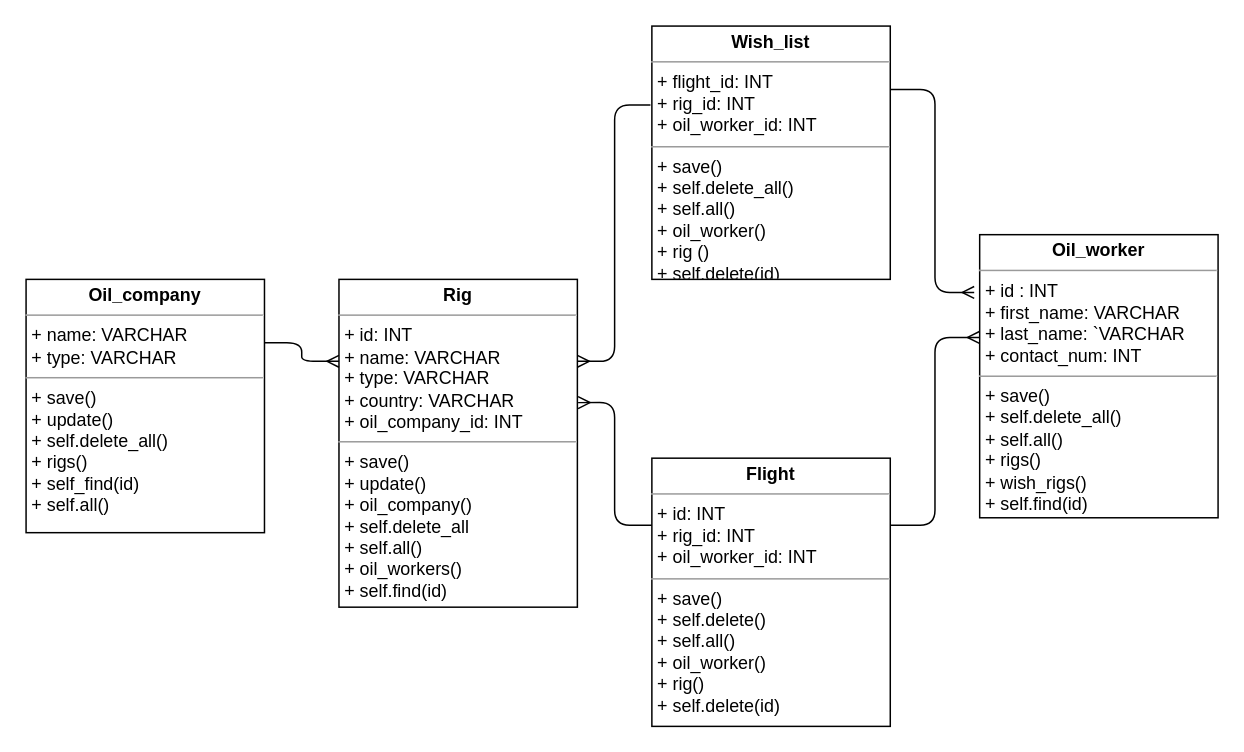
Above: objet_diagram.drawio in rhughes490/Project_RigList (draw.io), before the change. Source tidied: cells renumbered, new cells numbered last; positions are measured from the earlier drawing's top-left corner, leaving out a move shared by most shapes. Both pictures are drawn from the tidied source at 149%, with x=0, y=0 at pixel (25, 25).
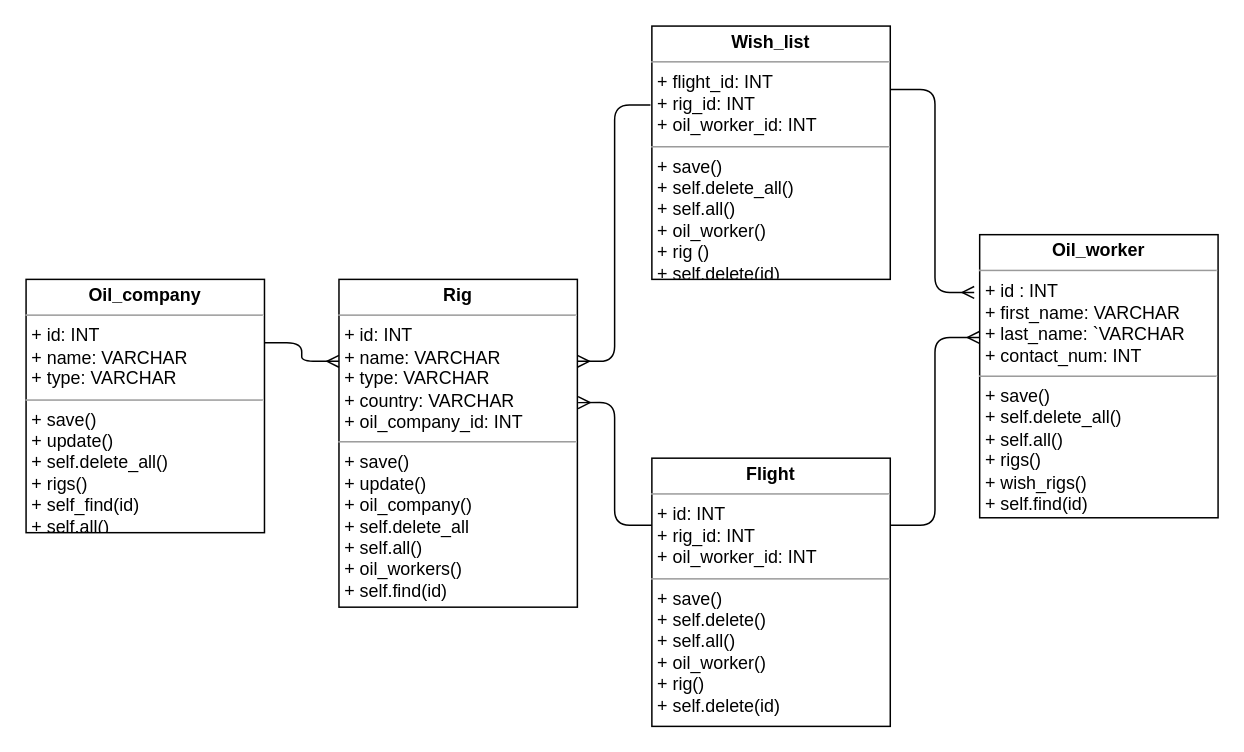
Above is the later version.

What changed in the source:
```diff
@@
 <mxGraphModel>
   <root>
     <mxCell id="0" />
     <mxCell id="1" parent="0" />
     <mxCell id="2" value="&lt;p style=&quot;margin: 0px ; margin-top: 4px ; text-align: center&quot;&gt;&lt;b&gt;Wish_list&lt;/b&gt;&lt;/p&gt;&lt;hr size=&quot;1&quot;&gt;&lt;p style=&quot;margin: 0px 0px 0px 4px&quot;&gt;+ flight_id: INT&lt;/p&gt;&lt;p style=&quot;margin: 0px 0px 0px 4px&quot;&gt;+ rig_id: INT&lt;/p&gt;&lt;p style=&quot;margin: 0px 0px 0px 4px&quot;&gt;+ oil_worker_id: INT&lt;/p&gt;&lt;hr size=&quot;1&quot;&gt;&lt;p style=&quot;margin: 0px ; margin-left: 4px&quot;&gt;+ save()&lt;/p&gt;&lt;p style=&quot;margin: 0px ; margin-left: 4px&quot;&gt;+ self.delete_all()&lt;/p&gt;&lt;p style=&quot;margin: 0px ; margin-left: 4px&quot;&gt;+ self.all()&lt;/p&gt;&lt;p style=&quot;margin: 0px ; margin-left: 4px&quot;&gt;+ oil_worker()&lt;/p&gt;&lt;p style=&quot;margin: 0px ; margin-left: 4px&quot;&gt;+ rig ()&lt;/p&gt;&lt;p style=&quot;margin: 0px ; margin-left: 4px&quot;&gt;+ self.delete(id)&lt;/p&gt;" style="verticalAlign=top;align=left;overflow=fill;fontSize=12;fontFamily=Helvetica;html=1;" parent="1" vertex="1">
       <mxGeometry x="420" width="160" height="170" as="geometry" />
     </mxCell>
     <mxCell id="3" value="&lt;p style=&quot;margin: 0px ; margin-top: 4px ; text-align: center&quot;&gt;&lt;b&gt;Flight&lt;/b&gt;&lt;/p&gt;&lt;hr size=&quot;1&quot;&gt;&lt;p style=&quot;margin: 0px ; margin-left: 4px&quot;&gt;+ id: INT&lt;/p&gt;&lt;p style=&quot;margin: 0px ; margin-left: 4px&quot;&gt;+ rig_id: INT&lt;/p&gt;&lt;p style=&quot;margin: 0px ; margin-left: 4px&quot;&gt;+ oil_worker_id: INT&lt;/p&gt;&lt;hr size=&quot;1&quot;&gt;&lt;p style=&quot;margin: 0px ; margin-left: 4px&quot;&gt;+ save()&lt;/p&gt;&lt;p style=&quot;margin: 0px ; margin-left: 4px&quot;&gt;+ self.delete()&lt;/p&gt;&lt;p style=&quot;margin: 0px ; margin-left: 4px&quot;&gt;+ self.all()&lt;/p&gt;&lt;p style=&quot;margin: 0px ; margin-left: 4px&quot;&gt;+ oil_worker()&lt;/p&gt;&lt;p style=&quot;margin: 0px ; margin-left: 4px&quot;&gt;+ rig()&lt;/p&gt;&lt;p style=&quot;margin: 0px ; margin-left: 4px&quot;&gt;+ self.delete(id)&lt;/p&gt;" style="verticalAlign=top;align=left;overflow=fill;fontSize=12;fontFamily=Helvetica;html=1;" parent="1" vertex="1">
       <mxGeometry x="420" y="290" width="160" height="180" as="geometry" />
     </mxCell>
     <mxCell id="4" value="&lt;p style=&quot;margin: 0px ; margin-top: 4px ; text-align: center&quot;&gt;&lt;b&gt;Oil_worker&lt;/b&gt;&lt;/p&gt;&lt;hr size=&quot;1&quot;&gt;&lt;p style=&quot;margin: 0px ; margin-left: 4px&quot;&gt;+ id : INT&lt;/p&gt;&lt;p style=&quot;margin: 0px ; margin-left: 4px&quot;&gt;+ first_name: VARCHAR&lt;/p&gt;&lt;p style=&quot;margin: 0px ; margin-left: 4px&quot;&gt;+ last_name: `VARCHAR&lt;/p&gt;&lt;p style=&quot;margin: 0px ; margin-left: 4px&quot;&gt;+ contact_num: INT&lt;/p&gt;&lt;hr size=&quot;1&quot;&gt;&lt;p style=&quot;margin: 0px ; margin-left: 4px&quot;&gt;+ save()&lt;/p&gt;&lt;p style=&quot;margin: 0px ; margin-left: 4px&quot;&gt;+ self.delete_all()&lt;/p&gt;&lt;p style=&quot;margin: 0px ; margin-left: 4px&quot;&gt;+ self.all()&lt;/p&gt;&lt;p style=&quot;margin: 0px ; margin-left: 4px&quot;&gt;+ rigs()&lt;/p&gt;&lt;p style=&quot;margin: 0px ; margin-left: 4px&quot;&gt;+ wish_rigs()&lt;/p&gt;&lt;p style=&quot;margin: 0px ; margin-left: 4px&quot;&gt;+ self.find(id)&lt;/p&gt;" style="verticalAlign=top;align=left;overflow=fill;fontSize=12;fontFamily=Helvetica;html=1;" parent="1" vertex="1">
       <mxGeometry x="640" y="140" width="160" height="190" as="geometry" />
     </mxCell>
     <mxCell id="5" value="&lt;p style=&quot;margin: 0px ; margin-top: 4px ; text-align: center&quot;&gt;&lt;b&gt;Rig&lt;/b&gt;&lt;/p&gt;&lt;hr size=&quot;1&quot;&gt;&lt;p style=&quot;margin: 0px ; margin-left: 4px&quot;&gt;+ id: INT&lt;br&gt;&lt;/p&gt;&lt;p style=&quot;margin: 0px ; margin-left: 4px&quot;&gt;+ name: VARCHAR&lt;/p&gt;&lt;p style=&quot;margin: 0px ; margin-left: 4px&quot;&gt;+ type: VARCHAR&lt;/p&gt;&lt;p style=&quot;margin: 0px ; margin-left: 4px&quot;&gt;+ country: VARCHAR&lt;/p&gt;&lt;p style=&quot;margin: 0px ; margin-left: 4px&quot;&gt;+ oil_company_id: INT&lt;/p&gt;&lt;hr size=&quot;1&quot;&gt;&lt;p style=&quot;margin: 0px ; margin-left: 4px&quot;&gt;+ save()&lt;/p&gt;&lt;p style=&quot;margin: 0px ; margin-left: 4px&quot;&gt;+ update()&lt;/p&gt;&lt;p style=&quot;margin: 0px ; margin-left: 4px&quot;&gt;+ oil_company()&lt;/p&gt;&lt;p style=&quot;margin: 0px ; margin-left: 4px&quot;&gt;+ self.delete_all&lt;/p&gt;&lt;p style=&quot;margin: 0px ; margin-left: 4px&quot;&gt;+ self.all()&lt;/p&gt;&lt;p style=&quot;margin: 0px ; margin-left: 4px&quot;&gt;+ oil_workers()&lt;/p&gt;&lt;p style=&quot;margin: 0px ; margin-left: 4px&quot;&gt;+ self.find(id)&lt;/p&gt;" style="verticalAlign=top;align=left;overflow=fill;fontSize=12;fontFamily=Helvetica;html=1;" parent="1" vertex="1">
       <mxGeometry x="210" y="170" width="160" height="220" as="geometry" />
     </mxCell>
-    <mxCell id="6" value="&lt;p style=&quot;margin: 0px ; margin-top: 4px ; text-align: center&quot;&gt;&lt;b&gt;Oil_company&lt;/b&gt;&lt;/p&gt;&lt;hr size=&quot;1&quot;&gt;&lt;p style=&quot;margin: 0px ; margin-left: 4px&quot;&gt;+ name: VARCHAR&lt;/p&gt;&lt;p style=&quot;margin: 0px ; margin-left: 4px&quot;&gt;+ type: VARCHAR&lt;/p&gt;&lt;hr size=&quot;1&quot;&gt;&lt;p style=&quot;margin: 0px ; margin-left: 4px&quot;&gt;+ save()&lt;/p&gt;&lt;p style=&quot;margin: 0px ; margin-left: 4px&quot;&gt;+ update()&lt;/p&gt;&lt;p style=&quot;margin: 0px ; margin-left: 4px&quot;&gt;+ self.delete_all()&lt;/p&gt;&lt;p style=&quot;margin: 0px ; margin-left: 4px&quot;&gt;+ rigs()&lt;/p&gt;&lt;p style=&quot;margin: 0px ; margin-left: 4px&quot;&gt;+ self_find(id)&lt;/p&gt;&lt;p style=&quot;margin: 0px ; margin-left: 4px&quot;&gt;+ self.all()&lt;/p&gt;" style="verticalAlign=top;align=left;overflow=fill;fontSize=12;fontFamily=Helvetica;html=1;" parent="1" vertex="1">
+    <mxCell id="6" value="&lt;p style=&quot;margin: 0px ; margin-top: 4px ; text-align: center&quot;&gt;&lt;b&gt;Oil_company&lt;/b&gt;&lt;/p&gt;&lt;hr size=&quot;1&quot;&gt;&lt;p style=&quot;margin: 0px ; margin-left: 4px&quot;&gt;+ id: INT&lt;/p&gt;&lt;p style=&quot;margin: 0px ; margin-left: 4px&quot;&gt;+ name: VARCHAR&lt;/p&gt;&lt;p style=&quot;margin: 0px ; margin-left: 4px&quot;&gt;+ type: VARCHAR&lt;/p&gt;&lt;hr size=&quot;1&quot;&gt;&lt;p style=&quot;margin: 0px ; margin-left: 4px&quot;&gt;+ save()&lt;/p&gt;&lt;p style=&quot;margin: 0px ; margin-left: 4px&quot;&gt;+ update()&lt;/p&gt;&lt;p style=&quot;margin: 0px ; margin-left: 4px&quot;&gt;+ self.delete_all()&lt;/p&gt;&lt;p style=&quot;margin: 0px ; margin-left: 4px&quot;&gt;+ rigs()&lt;/p&gt;&lt;p style=&quot;margin: 0px ; margin-left: 4px&quot;&gt;+ self_find(id)&lt;/p&gt;&lt;p style=&quot;margin: 0px ; margin-left: 4px&quot;&gt;+ self.all()&lt;/p&gt;" style="verticalAlign=top;align=left;overflow=fill;fontSize=12;fontFamily=Helvetica;html=1;" parent="1" vertex="1">
       <mxGeometry y="170" width="160" height="170" as="geometry" />
     </mxCell>
     <mxCell id="7" style="fontSize=12;html=1;endArrow=ERmany;exitX=1;exitY=0.25;exitDx=0;exitDy=0;entryX=0;entryY=0.25;entryDx=0;entryDy=0;edgeStyle=orthogonalEdgeStyle;" parent="1" edge="1" source="6" target="5">
       <mxGeometry relative="1" as="geometry" />
     </mxCell>
     <mxCell id="8" style="fontSize=12;html=1;endArrow=ERmany;exitX=-0.006;exitY=0.312;exitDx=0;exitDy=0;exitPerimeter=0;entryX=1;entryY=0.25;entryDx=0;entryDy=0;edgeStyle=orthogonalEdgeStyle;" parent="1" edge="1" source="2" target="5">
       <mxGeometry relative="1" as="geometry" />
     </mxCell>
     <mxCell id="9" style="fontSize=12;html=1;endArrow=ERmany;exitX=0;exitY=0.25;exitDx=0;exitDy=0;entryX=1.003;entryY=0.376;entryDx=0;entryDy=0;edgeStyle=orthogonalEdgeStyle;entryPerimeter=0;" parent="1" edge="1" source="3" target="5">
       <mxGeometry relative="1" as="geometry" />
     </mxCell>
     <mxCell id="10" style="fontSize=12;html=1;endArrow=ERmany;exitX=1;exitY=0.25;exitDx=0;exitDy=0;entryX=-0.023;entryY=0.204;entryDx=0;entryDy=0;edgeStyle=orthogonalEdgeStyle;entryPerimeter=0;" parent="1" edge="1" source="2" target="4">
       <mxGeometry relative="1" as="geometry" />
     </mxCell>
     <mxCell id="11" style="fontSize=12;html=1;endArrow=ERmany;exitX=1;exitY=0.25;exitDx=0;exitDy=0;entryX=-0.001;entryY=0.363;entryDx=0;entryDy=0;edgeStyle=orthogonalEdgeStyle;entryPerimeter=0;" parent="1" edge="1" source="3" target="4">
       <mxGeometry relative="1" as="geometry" />
     </mxCell>
   </root>
 </mxGraphModel>
```
